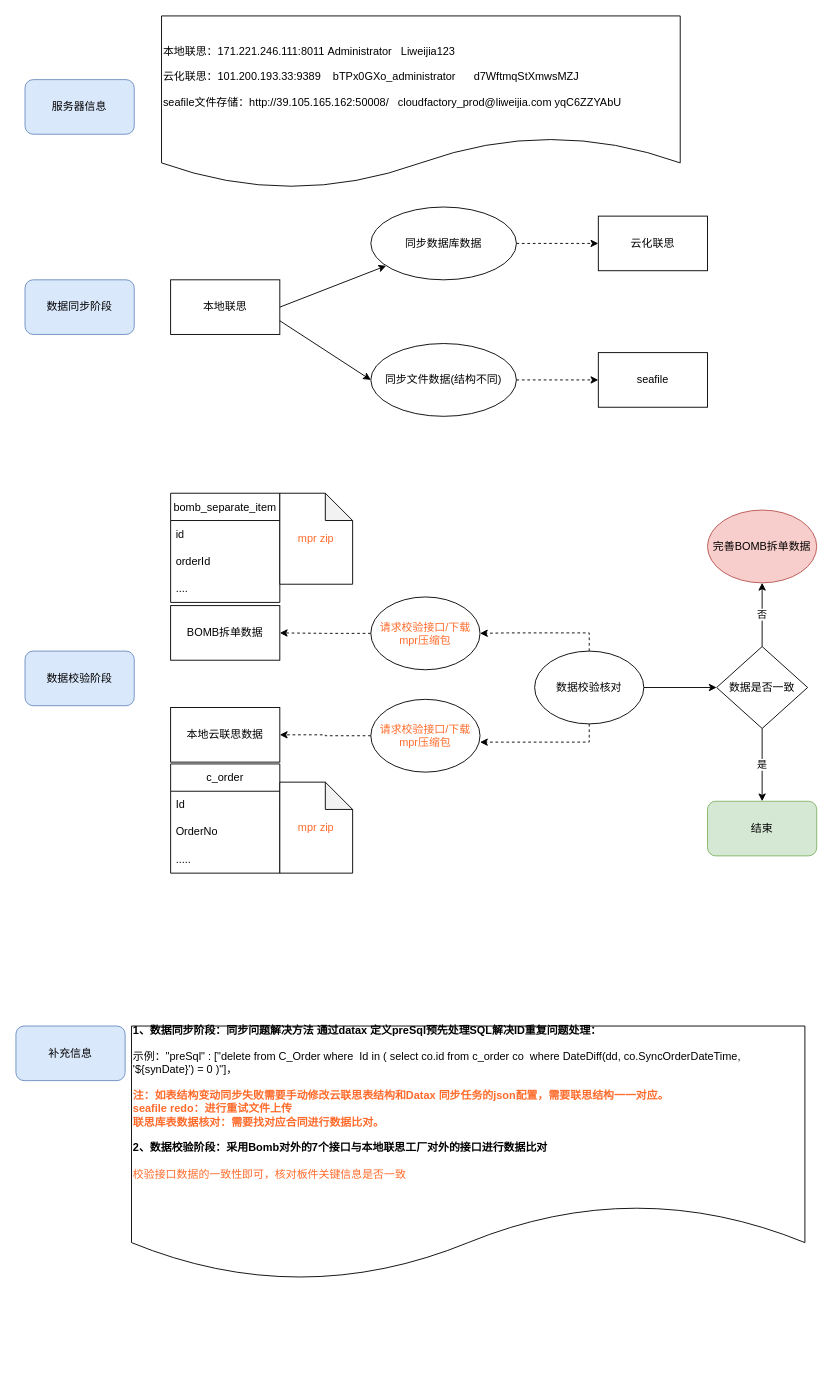
SunflowersOfJava/boonya-learning-socket keeps this draw.io diagram as page "2023联思数据同步与校验" (3 of 5) of oms相关系统关系.drawio. Above is the earlier version. Source tidied: cells renumbered, new cells numbered last; positions are measured from the earlier drawing's top-left corner, leaving out a move shared by most shapes. Both pictures are drawn from the tidied source at 91%, with x=0, y=0 at pixel (15, 15).
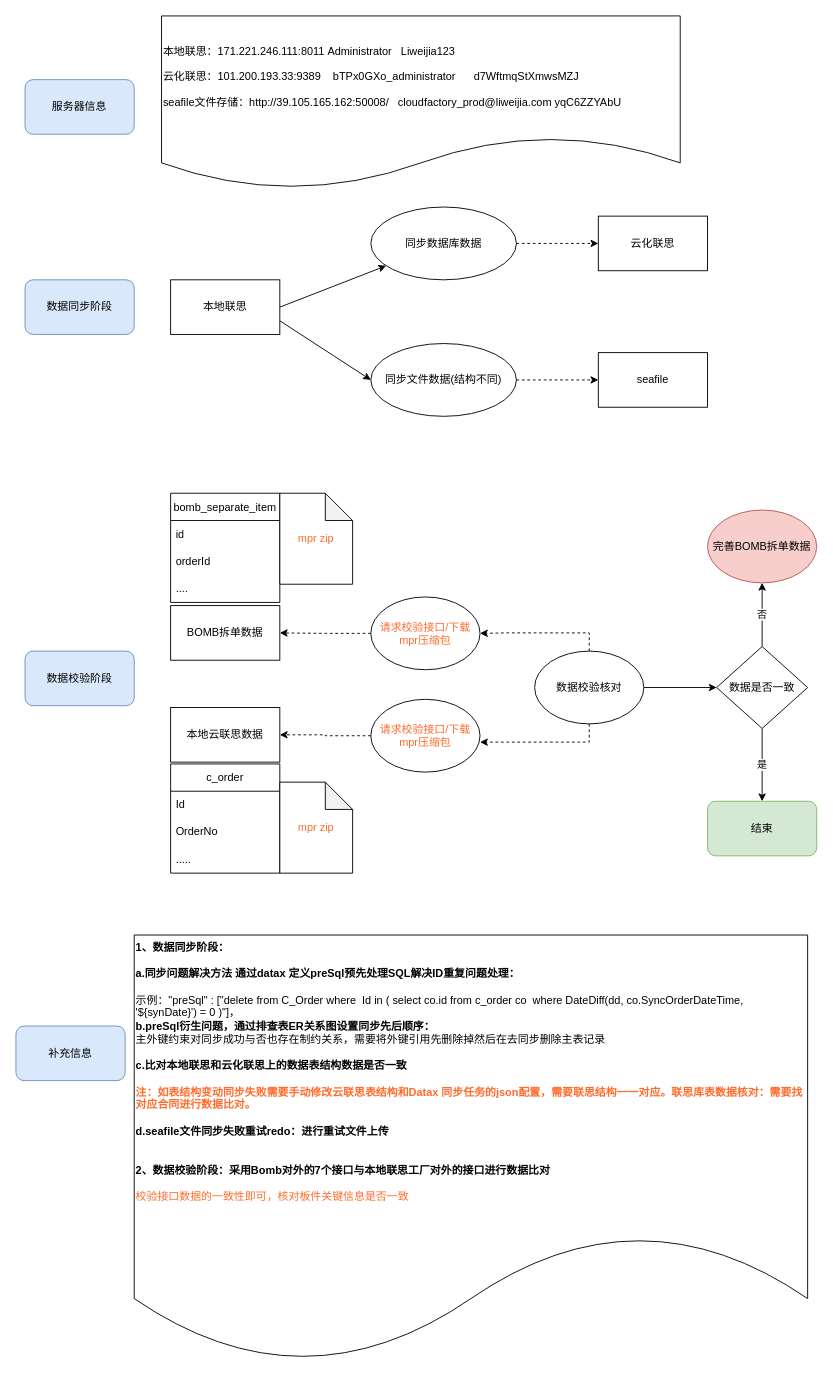
The same diagram, later.

Commit message:
更新oms相关系统关系.drawio

What changed in the source:
```diff
@@
-    <mxCell id="33" value="&lt;b&gt;1、数据同步阶段：同步问题解决方法 通过datax 定义preSql预先处理SQL解决ID重复问题处理：&lt;/b&gt;&lt;br&gt;&lt;br&gt;&lt;div&gt;示例：&quot;preSql&quot; : [&quot;delete from C_Order where&amp;nbsp; Id in ( select co.id from c_order co&amp;nbsp; where DateDiff(dd, co.SyncOrderDateTime, '${synDate}') = 0 )&quot;]，&lt;/div&gt;&lt;div&gt;&lt;br&gt;&lt;/div&gt;&lt;div&gt;&lt;font color=&quot;#FF6B2B&quot;&gt;&lt;b&gt;注：如表结构变动同步失败需要手动修改云联思表结构和Datax 同步任务的json配置，需要联思结构一一对应。&lt;/b&gt;&lt;/font&gt;&lt;/div&gt;&lt;div&gt;&lt;font color=&quot;#FF6B2B&quot;&gt;&lt;b&gt;seafile redo：进行重试文件上传&lt;/b&gt;&lt;/font&gt;&lt;/div&gt;&lt;div&gt;&lt;font color=&quot;#FF6B2B&quot;&gt;&lt;b&gt;联思库表数据核对：需要找对应合同进行数据比对。&lt;br&gt;&lt;/b&gt;&lt;/font&gt;&lt;/div&gt;&lt;div&gt;&lt;br&gt;&lt;/div&gt;&lt;div&gt;&lt;b&gt;2、数据校验阶段：采用Bomb对外的7个接口与本地联思工厂对外的接口进行数据比对&lt;/b&gt;&lt;/div&gt;&lt;div&gt;&lt;b&gt;&lt;br&gt;&lt;/b&gt;&lt;/div&gt;&lt;div&gt;&lt;font color=&quot;#FF6B2B&quot;&gt;校验接口数据的一致性即可，核对板件关键信息是否一致&lt;/font&gt;&lt;/div&gt;&lt;div&gt;&lt;br&gt;&lt;/div&gt;&lt;div&gt;&lt;br&gt;&lt;/div&gt;" style="shape=document;whiteSpace=wrap;html=1;boundedLbl=1;align=left;" parent="1" vertex="1">
-      <mxGeometry x="127" y="1110" width="740" height="280" as="geometry" />
+    <mxCell id="33" value="&lt;div&gt;&lt;b&gt;1、数据同步阶段：&lt;/b&gt;&lt;/div&gt;&lt;div&gt;&lt;b&gt;&lt;br&gt;&lt;/b&gt;&lt;/div&gt;&lt;div&gt;&lt;b&gt;a.同步问题解决方法 通过datax 定义preSql预先处理SQL解决ID重复问题处理：&lt;/b&gt;&lt;/div&gt;&lt;br&gt;&lt;div&gt;示例：&quot;preSql&quot; : [&quot;delete from C_Order where&amp;nbsp; Id in ( select co.id from c_order co&amp;nbsp; where DateDiff(dd, co.SyncOrderDateTime, '${synDate}') = 0 )&quot;]，&lt;/div&gt;&lt;div&gt;&lt;b&gt;b.preSql衍生问题，通过排查表ER关系图设置同步先后顺序：&lt;/b&gt;&lt;/div&gt;&lt;div&gt;主外键约束对同步成功与否也存在制约关系，需要将外键引用先删除掉然后在去同步删除主表记录&lt;b&gt;&lt;br&gt;&lt;/b&gt;&lt;/div&gt;&lt;div&gt;&lt;b&gt;&lt;br&gt;&lt;/b&gt;&lt;/div&gt;&lt;div&gt;&lt;b&gt;c.比对本地联思和云化联思上的数据表结构数据是否一致&lt;br&gt;&lt;/b&gt;&lt;/div&gt;&lt;div&gt;&lt;br&gt;&lt;/div&gt;&lt;div&gt;&lt;div&gt;&lt;font color=&quot;#FF6B2B&quot;&gt;&lt;b&gt;注：如表结构变动同步失败需要手动修改云联思表结构和Datax 同步任务的json配置，需要联思结构一一对应。&lt;/b&gt;&lt;/font&gt;&lt;font color=&quot;#FF6B2B&quot;&gt;&lt;b&gt;联思库表数据核对：需要找对应合同进行数据比对。&lt;/b&gt;&lt;/font&gt;&lt;/div&gt;&lt;div&gt;&lt;font color=&quot;#FF6B2B&quot;&gt;&lt;b&gt;&lt;br&gt;&lt;/b&gt;&lt;/font&gt;&lt;/div&gt;&lt;div&gt;&lt;b&gt;d.seafile文件同步失败重试redo：进行重试文件上传&lt;/b&gt;&lt;/div&gt;&lt;br&gt;&lt;/div&gt;&lt;div&gt;&lt;br&gt;&lt;/div&gt;&lt;div&gt;&lt;b&gt;2、数据校验阶段：采用Bomb对外的7个接口与本地联思工厂对外的接口进行数据比对&lt;/b&gt;&lt;/div&gt;&lt;div&gt;&lt;b&gt;&lt;br&gt;&lt;/b&gt;&lt;/div&gt;&lt;div&gt;&lt;font color=&quot;#FF6B2B&quot;&gt;校验接口数据的一致性即可，核对板件关键信息是否一致&lt;/font&gt;&lt;/div&gt;&lt;div&gt;&lt;br&gt;&lt;/div&gt;&lt;div&gt;&lt;br&gt;&lt;/div&gt;" style="shape=document;whiteSpace=wrap;html=1;boundedLbl=1;align=left;" parent="1" vertex="1">
+      <mxGeometry x="130" y="1010" width="740" height="470" as="geometry" />
     </mxCell>
```
